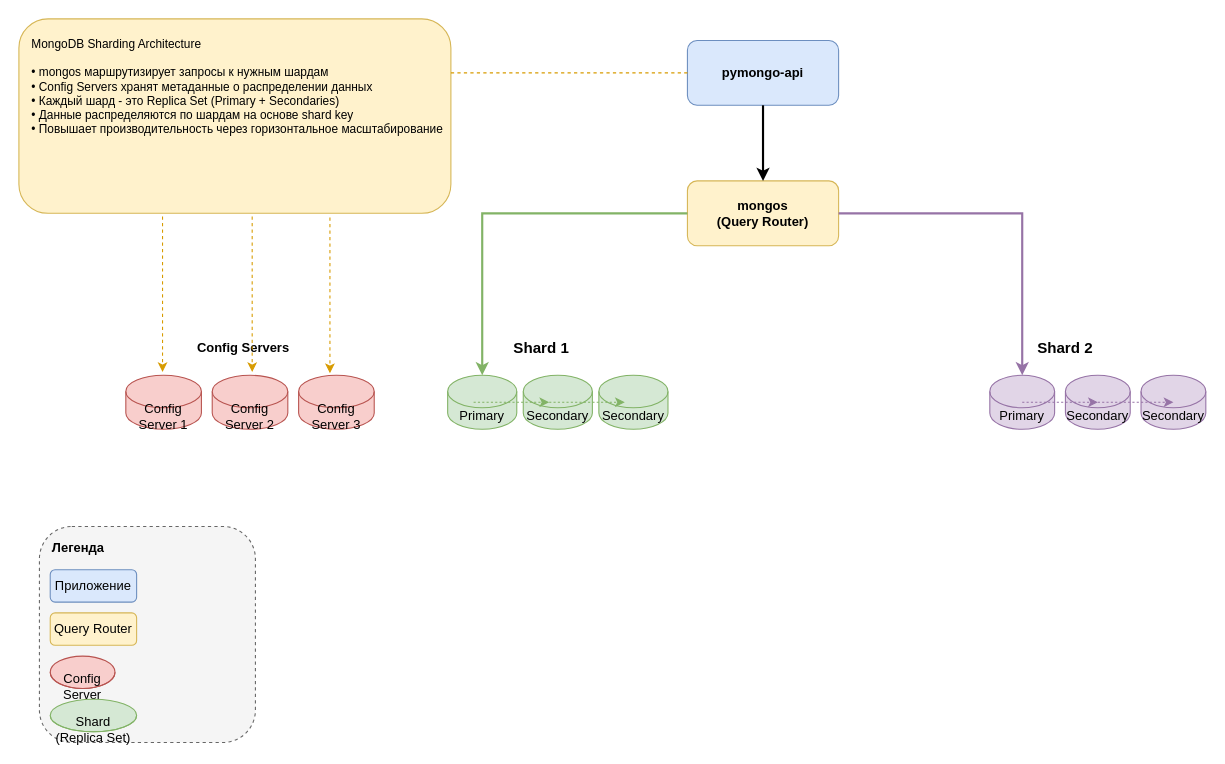
Earlier version of the draw.io diagram task1/task1-sharding.drawio (vitaLina89/architecture-black_friday). Source tidied: cells renumbered, new cells numbered last; positions are measured from the earlier drawing's top-left corner, leaving out a move shared by most shapes. Both pictures are drawn from the tidied source at 108%, with x=0, y=0 at pixel (18, 18).
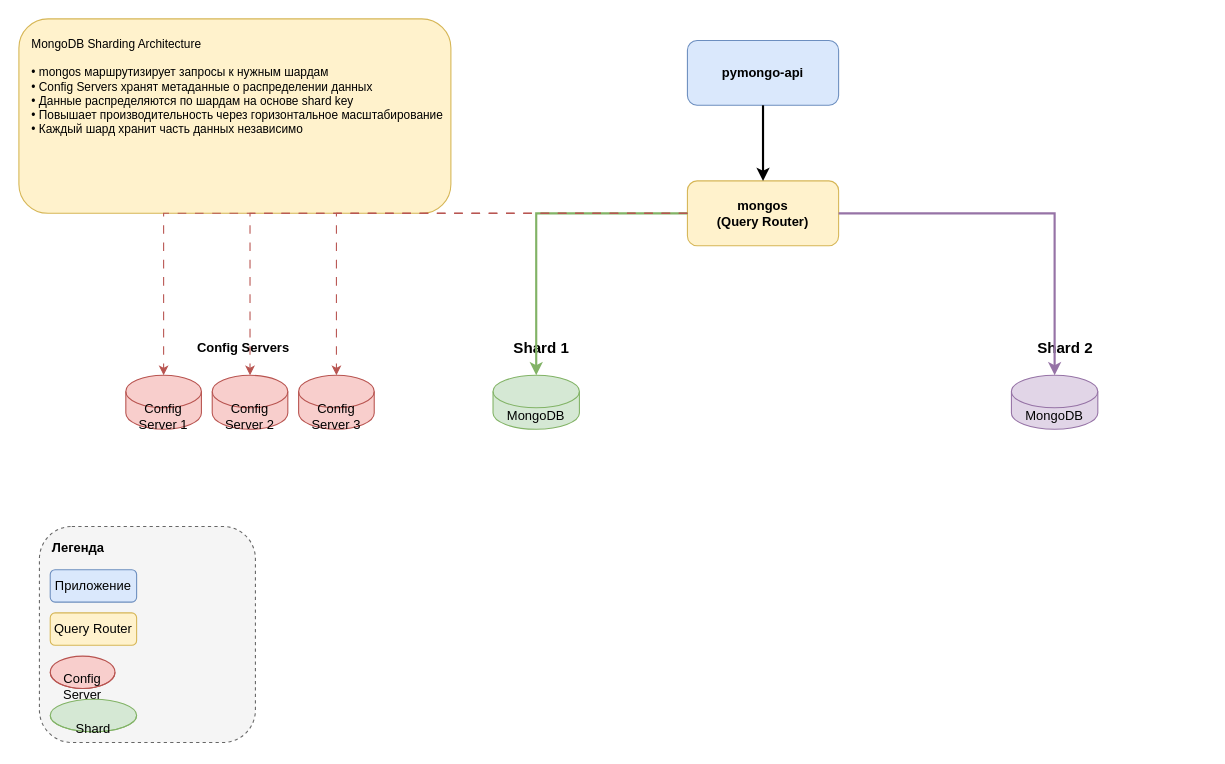
The same page after the edit.

The change refers to these unchanged cells:
```xml
<mxCell id="2" value="pymongo-api" style="rounded=1;whiteSpace=wrap;html=1;fillColor=#dae8fc;strokeColor=#6c8ebf;fontStyle=1;" parent="1" vertex="1">
  <mxGeometry x="619" y="20" width="140" height="60" as="geometry" />
</mxCell>
<mxCell id="3" value="mongos&#10;(Query Router)" style="rounded=1;whiteSpace=wrap;html=1;fillColor=#fff2cc;strokeColor=#d6b656;fontStyle=1;" parent="1" vertex="1">
  <mxGeometry x="619" y="150" width="140" height="60" as="geometry" />
</mxCell>
<mxCell id="6" value="Config Server 1" style="shape=cylinder3;whiteSpace=wrap;html=1;boundedLbl=1;backgroundOutline=1;size=15;fillColor=#f8cecc;strokeColor=#b85450;" parent="1" vertex="1">
  <mxGeometry x="99" y="330" width="70" height="50" as="geometry" />
</mxCell>
<mxCell id="7" value="Config Server 2" style="shape=cylinder3;whiteSpace=wrap;html=1;boundedLbl=1;backgroundOutline=1;size=15;fillColor=#f8cecc;strokeColor=#b85450;" parent="1" vertex="1">
  <mxGeometry x="179" y="330" width="70" height="50" as="geometry" />
</mxCell>
<mxCell id="8" value="Config Server 3" style="shape=cylinder3;whiteSpace=wrap;html=1;boundedLbl=1;backgroundOutline=1;size=15;fillColor=#f8cecc;strokeColor=#b85450;" parent="1" vertex="1">
  <mxGeometry x="259" y="330" width="70" height="50" as="geometry" />
</mxCell>
```

What changed in the source:
```diff
@@
-    <mxCell id="10" value="Primary" style="shape=cylinder3;whiteSpace=wrap;html=1;boundedLbl=1;backgroundOutline=1;size=15;fillColor=#d5e8d4;strokeColor=#82b366;" parent="1" vertex="1">
-      <mxGeometry x="397" y="330" width="64" height="50" as="geometry" />
-    </mxCell>
-    <mxCell id="11" value="Secondary" style="shape=cylinder3;whiteSpace=wrap;html=1;boundedLbl=1;backgroundOutline=1;size=15;fillColor=#d5e8d4;strokeColor=#82b366;" parent="1" vertex="1">
-      <mxGeometry x="467" y="330" width="64" height="50" as="geometry" />
-    </mxCell>
-    <mxCell id="12" value="Secondary" style="shape=cylinder3;whiteSpace=wrap;html=1;boundedLbl=1;backgroundOutline=1;size=15;fillColor=#d5e8d4;strokeColor=#82b366;" parent="1" vertex="1">
-      <mxGeometry x="537" y="330" width="64" height="50" as="geometry" />
-    </mxCell>
-    <mxCell id="13" style="edgeStyle=orthogonalEdgeStyle;rounded=0;orthogonalLoop=1;jettySize=auto;html=1;dashed=1;dashPattern=2 2;strokeColor=#82b366;" parent="1" edge="1">
-      <mxGeometry relative="1" as="geometry">
-        <mxPoint x="421" y="355" as="sourcePoint" />
-        <mxPoint x="491" y="355" as="targetPoint" />
-      </mxGeometry>
-    </mxCell>
-    <mxCell id="14" style="edgeStyle=orthogonalEdgeStyle;rounded=0;orthogonalLoop=1;jettySize=auto;html=1;dashed=1;dashPattern=2 2;strokeColor=#82b366;" parent="1" edge="1">
-      <mxGeometry relative="1" as="geometry">
-        <mxPoint x="491" y="355" as="sourcePoint" />
-        <mxPoint x="561" y="355" as="targetPoint" />
-      </mxGeometry>
-    </mxCell>
+    <mxCell id="34" value="MongoDB" style="shape=cylinder3;whiteSpace=wrap;html=1;boundedLbl=1;backgroundOutline=1;size=15;fillColor=#d5e8d4;strokeColor=#82b366;" parent="1" vertex="1">
+      <mxGeometry x="439" y="330" width="80" height="50" as="geometry" />
+    </mxCell>
-    <mxCell id="15" style="edgeStyle=orthogonalEdgeStyle;rounded=0;jettySize=auto;html=1;exitX=0;exitY=0.5;exitDx=0;exitDy=0;entryX=0.5;entryY=0;entryDx=0;entryDy=0;strokeWidth=2;strokeColor=#82b366;" parent="1" edge="1" source="3" target="10">
+    <mxCell id="15" style="edgeStyle=orthogonalEdgeStyle;rounded=0;jettySize=auto;html=1;exitX=0;exitY=0.5;exitDx=0;exitDy=0;entryX=0.5;entryY=0;entryDx=0;entryDy=0;strokeWidth=2;strokeColor=#82b366;" parent="1" edge="1" source="3" target="34">
       <mxGeometry relative="1" as="geometry" />
     </mxCell>
@@
-    <mxCell id="17" value="Primary" style="shape=cylinder3;whiteSpace=wrap;html=1;boundedLbl=1;backgroundOutline=1;size=15;fillColor=#e1d5e7;strokeColor=#9673a6;" parent="1" vertex="1">
-      <mxGeometry x="899" y="330" width="60" height="50" as="geometry" />
-    </mxCell>
-    <mxCell id="18" value="Secondary" style="shape=cylinder3;whiteSpace=wrap;html=1;boundedLbl=1;backgroundOutline=1;size=15;fillColor=#e1d5e7;strokeColor=#9673a6;" parent="1" vertex="1">
-      <mxGeometry x="969" y="330" width="60" height="50" as="geometry" />
-    </mxCell>
-    <mxCell id="19" value="Secondary" style="shape=cylinder3;whiteSpace=wrap;html=1;boundedLbl=1;backgroundOutline=1;size=15;fillColor=#e1d5e7;strokeColor=#9673a6;" parent="1" vertex="1">
-      <mxGeometry x="1039" y="330" width="60" height="50" as="geometry" />
-    </mxCell>
-    <mxCell id="20" style="edgeStyle=orthogonalEdgeStyle;rounded=0;orthogonalLoop=1;jettySize=auto;html=1;dashed=1;dashPattern=2 2;strokeColor=#9673a6;" parent="1" edge="1">
-      <mxGeometry relative="1" as="geometry">
-        <mxPoint x="929" y="355" as="sourcePoint" />
-        <mxPoint x="999" y="355" as="targetPoint" />
-      </mxGeometry>
-    </mxCell>
-    <mxCell id="21" style="edgeStyle=orthogonalEdgeStyle;rounded=0;orthogonalLoop=1;jettySize=auto;html=1;dashed=1;dashPattern=2 2;strokeColor=#9673a6;" parent="1" edge="1">
-      <mxGeometry relative="1" as="geometry">
-        <mxPoint x="999" y="355" as="sourcePoint" />
-        <mxPoint x="1069" y="355" as="targetPoint" />
-      </mxGeometry>
-    </mxCell>
+    <mxCell id="35" value="MongoDB" style="shape=cylinder3;whiteSpace=wrap;html=1;boundedLbl=1;backgroundOutline=1;size=15;fillColor=#e1d5e7;strokeColor=#9673a6;" parent="1" vertex="1">
+      <mxGeometry x="919" y="330" width="80" height="50" as="geometry" />
+    </mxCell>
-    <mxCell id="22" style="edgeStyle=orthogonalEdgeStyle;rounded=0;jettySize=auto;html=1;exitX=1;exitY=0.5;exitDx=0;exitDy=0;entryX=0.5;entryY=0;entryDx=0;entryDy=0;strokeWidth=2;strokeColor=#9673a6;" parent="1" edge="1" source="3" target="17">
+    <mxCell id="22" style="edgeStyle=orthogonalEdgeStyle;rounded=0;jettySize=auto;html=1;exitX=1;exitY=0.5;exitDx=0;exitDy=0;entryX=0.5;entryY=0;entryDx=0;entryDy=0;strokeWidth=2;strokeColor=#9673a6;" parent="1" edge="1" source="3" target="35">
       <mxGeometry relative="1" as="geometry" />
     </mxCell>
@@
-    <mxCell id="28" value="Shard (Replica Set)" style="shape=cylinder3;whiteSpace=wrap;html=1;boundedLbl=1;backgroundOutline=1;size=15;fillColor=#d5e8d4;strokeColor=#82b366;" parent="1" vertex="1">
+    <mxCell id="28" value="Shard" style="shape=cylinder3;whiteSpace=wrap;html=1;boundedLbl=1;backgroundOutline=1;size=15;fillColor=#d5e8d4;strokeColor=#82b366;" parent="1" vertex="1">
       <mxGeometry x="29" y="630" width="80" height="30" as="geometry" />
     </mxCell>
-    <mxCell id="29" value="MongoDB Sharding Architecture&#10;&#10;• mongos маршрутизирует запросы к нужным шардам&#10;• Config Servers хранят метаданные о распределении данных&#10;• Каждый шард - это Replica Set (Primary + Secondaries)&#10;• Данные распределяются по шардам на основе shard key&#10;• Повышает производительность через горизонтальное масштабирование" style="rounded=1;whiteSpace=wrap;html=1;fillColor=#fff2cc;strokeColor=#d6b656;align=left;verticalAlign=top;spacingLeft=10;spacingTop=10;fontSize=11;" parent="1" vertex="1">
+    <mxCell id="29" value="MongoDB Sharding Architecture&#10;&#10;• mongos маршрутизирует запросы к нужным шардам&#10;• Config Servers хранят метаданные о распределении данных&#10;• Данные распределяются по шардам на основе shard key&#10;• Повышает производительность через горизонтальное масштабирование&#10;• Каждый шард хранит часть данных независимо" style="rounded=1;whiteSpace=wrap;html=1;fillColor=#fff2cc;strokeColor=#d6b656;align=left;verticalAlign=top;spacingLeft=10;spacingTop=10;fontSize=11;" parent="1" vertex="1">
       <mxGeometry width="400" height="180" as="geometry" />
     </mxCell>
-    <mxCell id="30" style="endArrow=classic;html=1;rounded=0;exitX=0.72;exitY=1.022;exitDx=0;exitDy=0;exitPerimeter=0;entryX=0.414;entryY=-0.04;entryDx=0;entryDy=0;entryPerimeter=0;fillColor=#ffe6cc;strokeColor=#d79b00;dashed=1;" parent="1" edge="1">
-      <mxGeometry relative="1" as="geometry">
-        <mxPoint x="288" y="184" as="sourcePoint" />
-        <mxPoint x="288" y="328" as="targetPoint" />
-      </mxGeometry>
-    </mxCell>
-    <mxCell id="31" style="endArrow=classic;html=1;rounded=0;exitX=0.72;exitY=1.022;exitDx=0;exitDy=0;exitPerimeter=0;entryX=0.414;entryY=-0.04;entryDx=0;entryDy=0;entryPerimeter=0;fillColor=#ffe6cc;strokeColor=#d79b00;dashed=1;" parent="1" edge="1">
-      <mxGeometry relative="1" as="geometry">
-        <mxPoint x="216" y="183" as="sourcePoint" />
-        <mxPoint x="216" y="327" as="targetPoint" />
-      </mxGeometry>
-    </mxCell>
-    <mxCell id="32" style="endArrow=classic;html=1;rounded=0;exitX=0.72;exitY=1.022;exitDx=0;exitDy=0;exitPerimeter=0;entryX=0.414;entryY=-0.04;entryDx=0;entryDy=0;entryPerimeter=0;fillColor=#ffe6cc;strokeColor=#d79b00;dashed=1;" parent="1" edge="1">
-      <mxGeometry relative="1" as="geometry">
-        <mxPoint x="133" y="183" as="sourcePoint" />
-        <mxPoint x="133" y="327" as="targetPoint" />
-      </mxGeometry>
-    </mxCell>
-    <mxCell id="33" style="endArrow=none;dashed=1;html=1;rounded=0;entryX=0;entryY=0.5;entryDx=0;entryDy=0;fillColor=#ffe6cc;strokeColor=#d79b00;" parent="1" edge="1" target="2">
-      <mxGeometry relative="1" as="geometry">
-        <mxPoint x="400" y="50" as="sourcePoint" />
-      </mxGeometry>
-    </mxCell>
+    <mxCell id="36" style="edgeStyle=orthogonalEdgeStyle;rounded=0;jettySize=auto;html=1;exitX=0;exitY=0.5;exitDx=0;exitDy=0;entryX=0.5;entryY=0;entryDx=0;entryDy=0;dashed=1;dashPattern=8 8;strokeColor=#b85450;" parent="1" edge="1" source="3" target="6">
+      <mxGeometry relative="1" as="geometry" />
+    </mxCell>
+    <mxCell id="37" style="edgeStyle=orthogonalEdgeStyle;rounded=0;jettySize=auto;html=1;exitX=0;exitY=0.5;exitDx=0;exitDy=0;entryX=0.5;entryY=0;entryDx=0;entryDy=0;dashed=1;dashPattern=8 8;strokeColor=#b85450;" parent="1" edge="1" source="3" target="7">
+      <mxGeometry relative="1" as="geometry" />
+    </mxCell>
+    <mxCell id="38" style="edgeStyle=orthogonalEdgeStyle;rounded=0;jettySize=auto;html=1;exitX=0;exitY=0.5;exitDx=0;exitDy=0;entryX=0.5;entryY=0;entryDx=0;entryDy=0;dashed=1;dashPattern=8 8;strokeColor=#b85450;" parent="1" edge="1" source="3" target="8">
+      <mxGeometry relative="1" as="geometry" />
+    </mxCell>
```
